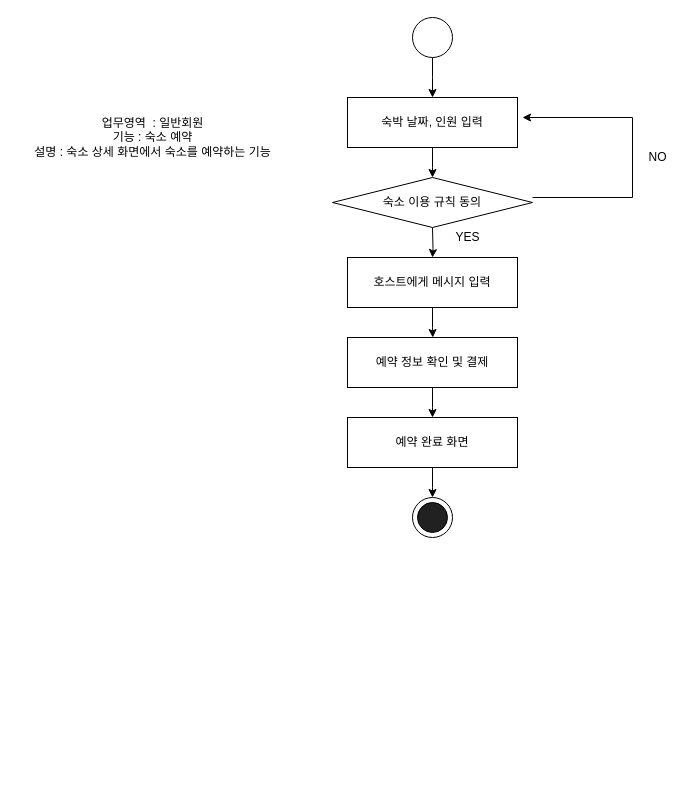
snowskyblue/- keeps this draw.io diagram as 네비게이션 흐름도/숙소예약.drawio. Above is the earlier version. Source tidied: cells renumbered, new cells numbered last; positions are measured from the earlier drawing's top-left corner, leaving out a move shared by most shapes. Both pictures are drawn from the tidied source at 100%, with x=0, y=0 at pixel (17, 17).
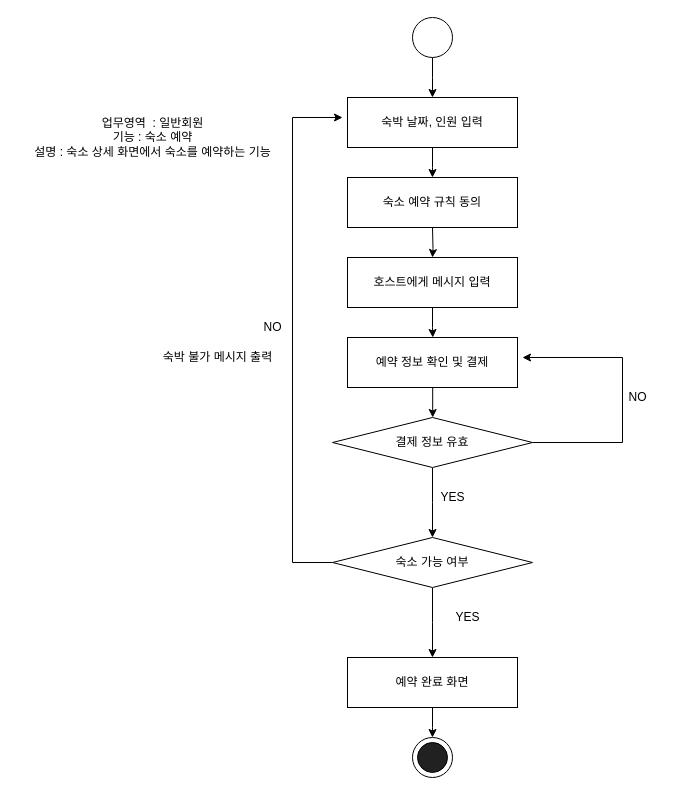
After the change.

The change refers to these unchanged cells:
```xml
<mxCell id="19" value="예약 정보 확인 및 결제" style="rounded=0;whiteSpace=wrap;html=1;" parent="1" vertex="1">
  <mxGeometry x="330" y="320" width="170" height="50" as="geometry" />
</mxCell>
```

The edit, as a diff of the source:
```diff
@@
     <mxCell id="9" style="edgeStyle=orthogonalEdgeStyle;rounded=0;jettySize=auto;html=1;" parent="1" edge="1" source="10">
       <mxGeometry relative="1" as="geometry">
-        <mxPoint x="415" y="480" as="targetPoint" />
+        <mxPoint x="415" y="720" as="targetPoint" />
       </mxGeometry>
     </mxCell>
     <mxCell id="10" value="예약 완료 화면" style="rounded=0;whiteSpace=wrap;html=1;" parent="1" vertex="1">
-      <mxGeometry x="330" y="400" width="170" height="50" as="geometry" />
+      <mxGeometry x="330" y="640" width="170" height="50" as="geometry" />
     </mxCell>
     <mxCell id="11" style="ellipse;whiteSpace=wrap;html=1;" parent="1" vertex="1">
-      <mxGeometry x="395" y="480" width="40" height="40" as="geometry" />
+      <mxGeometry x="395" y="720" width="40" height="40" as="geometry" />
     </mxCell>
     <mxCell id="12" style="ellipse;whiteSpace=wrap;html=1;fillColor=#212121;" parent="1" vertex="1">
-      <mxGeometry x="400" y="485" width="30" height="30" as="geometry" />
+      <mxGeometry x="400" y="725" width="30" height="30" as="geometry" />
     </mxCell>
@@
-    <mxCell id="14" value="숙소 이용 규칙 동의" style="rhombus;whiteSpace=wrap;html=1;" parent="1" vertex="1">
-      <mxGeometry x="315" y="160" width="200" height="50" as="geometry" />
-    </mxCell>
-    <mxCell id="15" style="edgeStyle=orthogonalEdgeStyle;rounded=0;orthogonalLoop=1;jettySize=auto;html=1;" parent="1" edge="1">
-      <mxGeometry relative="1" as="geometry">
-        <mxPoint x="515" y="180" as="sourcePoint" />
-        <mxPoint x="505" y="100" as="targetPoint" />
-        <Array as="points">
-          <mxPoint x="615" y="180" />
-          <mxPoint x="615" y="100" />
-        </Array>
-      </mxGeometry>
-    </mxCell>
-    <mxCell id="16" value="YES" style="text;html=1;align=center;verticalAlign=middle;" parent="1" vertex="1">
-      <mxGeometry x="430" y="210" width="40" height="20" as="geometry" />
-    </mxCell>
-    <mxCell id="17" value="NO" style="text;html=1;align=center;verticalAlign=middle;" parent="1" vertex="1">
-      <mxGeometry x="625" y="130" width="30" height="20" as="geometry" />
-    </mxCell>
-    <mxCell id="18" style="edgeStyle=orthogonalEdgeStyle;rounded=0;jettySize=auto;html=1;" parent="1" edge="1" source="19">
-      <mxGeometry relative="1" as="geometry">
-        <mxPoint x="415" y="400" as="targetPoint" />
-      </mxGeometry>
-    </mxCell>
@@
+    <mxCell id="20" style="edgeStyle=orthogonalEdgeStyle;rounded=0;orthogonalLoop=1;jettySize=auto;html=1;" parent="1" edge="1">
+      <mxGeometry relative="1" as="geometry">
+        <mxPoint x="415.2" y="370" as="sourcePoint" />
+        <mxPoint x="415.2" y="400" as="targetPoint" />
+      </mxGeometry>
+    </mxCell>
+    <mxCell id="21" style="edgeStyle=orthogonalEdgeStyle;rounded=0;jettySize=auto;html=1;" parent="1" edge="1" source="23">
+      <mxGeometry relative="1" as="geometry">
+        <mxPoint x="415" y="520" as="targetPoint" />
+      </mxGeometry>
+    </mxCell>
+    <mxCell id="22" style="edgeStyle=orthogonalEdgeStyle;rounded=0;jettySize=auto;html=1;" parent="1" edge="1" source="23">
+      <mxGeometry relative="1" as="geometry">
+        <mxPoint x="505" y="340" as="targetPoint" />
+        <Array as="points">
+          <mxPoint x="605" y="425" />
+          <mxPoint x="605" y="340" />
+        </Array>
+      </mxGeometry>
+    </mxCell>
+    <mxCell id="23" value="결제 정보 유효" style="rhombus;whiteSpace=wrap;html=1;" parent="1" vertex="1">
+      <mxGeometry x="315" y="400" width="200" height="50" as="geometry" />
+    </mxCell>
+    <mxCell id="24" value="YES" style="text;html=1;align=center;verticalAlign=middle;" parent="1" vertex="1">
+      <mxGeometry x="415" y="470" width="40" height="20" as="geometry" />
+    </mxCell>
+    <mxCell id="25" value="NO" style="text;html=1;align=center;verticalAlign=middle;" parent="1" vertex="1">
+      <mxGeometry x="605" y="370" width="30" height="20" as="geometry" />
+    </mxCell>
+    <mxCell id="26" style="edgeStyle=orthogonalEdgeStyle;rounded=0;jettySize=auto;html=1;" parent="1" edge="1" source="28">
+      <mxGeometry relative="1" as="geometry">
+        <mxPoint x="415" y="640" as="targetPoint" />
+      </mxGeometry>
+    </mxCell>
+    <mxCell id="27" style="edgeStyle=orthogonalEdgeStyle;rounded=0;jettySize=auto;html=1;" parent="1" edge="1" source="28">
+      <mxGeometry relative="1" as="geometry">
+        <mxPoint x="325" y="100" as="targetPoint" />
+        <Array as="points">
+          <mxPoint x="275" y="545" />
+          <mxPoint x="275" y="100" />
+        </Array>
+      </mxGeometry>
+    </mxCell>
+    <mxCell id="28" value="숙소 가능 여부" style="rhombus;whiteSpace=wrap;html=1;" parent="1" vertex="1">
+      <mxGeometry x="315" y="520" width="200" height="50" as="geometry" />
+    </mxCell>
+    <mxCell id="29" value="YES" style="text;html=1;align=center;verticalAlign=middle;" parent="1" vertex="1">
+      <mxGeometry x="430" y="590" width="40" height="20" as="geometry" />
+    </mxCell>
+    <mxCell id="30" value="NO" style="text;html=1;align=center;verticalAlign=middle;" parent="1" vertex="1">
+      <mxGeometry x="240" y="300" width="30" height="20" as="geometry" />
+    </mxCell>
+    <mxCell id="31" value="숙박 불가 메시지 출력" style="text;html=1;align=center;verticalAlign=middle;" parent="1" vertex="1">
+      <mxGeometry x="135" y="330" width="130" height="20" as="geometry" />
+    </mxCell>
+    <mxCell id="32" value="숙소 예약 규칙 동의" style="rounded=0;whiteSpace=wrap;html=1;" parent="1" vertex="1">
+      <mxGeometry x="330" y="160" width="170" height="50" as="geometry" />
+    </mxCell>
```
